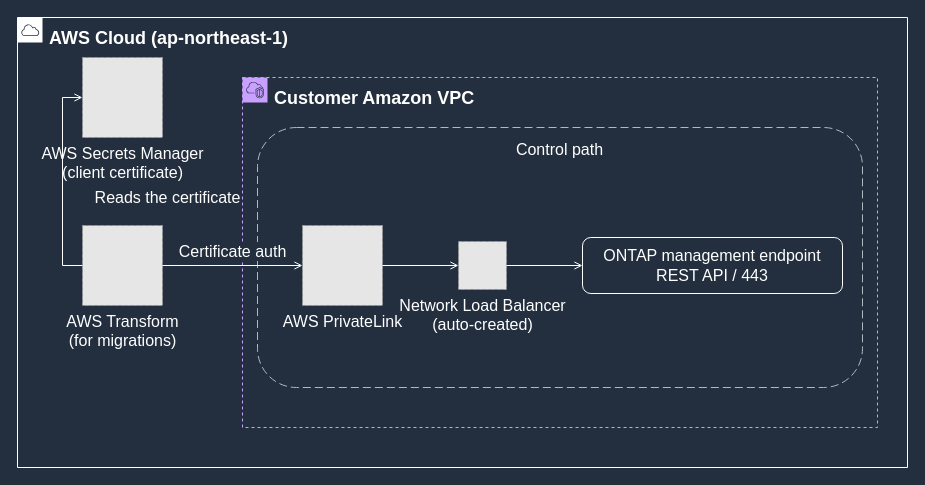
The draw.io diagram docs/_assets/diagrams/atx-fsxn-control-path-en-dark.drawio in Yoshiki0705/vmware-migration-ec2-ontap, before the edit. Source tidied: cells renumbered, new cells numbered last; positions are measured from the earlier drawing's top-left corner, leaving out a move shared by most shapes. Both pictures are drawn from the tidied source at 100%, with x=0, y=0 at pixel (17, 17). Pictures stored in the file or linked from it are replaced by grey dashed boxes.
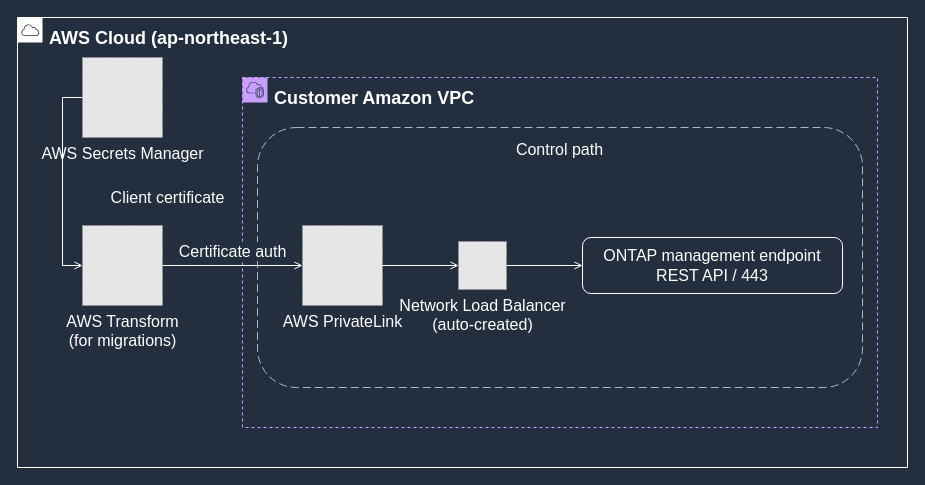
The same diagram, later.

The edit, as a diff of the source:
```diff
@@
 <mxGraphModel background="#232F3E">
   <root>
     <mxCell id="0" />
     <mxCell id="1" parent="0" />
     <mxCell id="2" value="AWS Cloud (ap-northeast-1)" style="gradientColor=none;html=1;whiteSpace=wrap;fontSize=18;fontStyle=1;fontColor=#FFFFFF;shape=mxgraph.aws4.group;grIcon=mxgraph.aws4.group_aws_cloud;strokeColor=#FFFFFF;fillColor=none;verticalAlign=top;align=left;spacingLeft=30;spacingTop=4;dashed=0;" parent="1" vertex="1">
       <mxGeometry width="890" height="450" as="geometry" />
     </mxCell>
     <mxCell id="3" value="Customer Amazon VPC" style="gradientColor=none;html=1;whiteSpace=wrap;fontSize=18;fontStyle=1;fontColor=#FFFFFF;shape=mxgraph.aws4.group;grIcon=mxgraph.aws4.group_vpc2;strokeColor=#C9A0FF;fillColor=none;verticalAlign=top;align=left;spacingLeft=30;spacingTop=4;dashed=1;" parent="1" vertex="1">
       <mxGeometry x="225" y="60" width="635" height="350" as="geometry" />
     </mxCell>
     <mxCell id="4" value="Control path" style="rounded=1;whiteSpace=wrap;html=1;dashed=1;dashPattern=8 4;strokeColor=#B0B8C1;fillColor=none;fontColor=#FFFFFF;fontSize=16;verticalAlign=top;align=center;spacingTop=6;" parent="1" vertex="1">
       <mxGeometry x="240" y="110" width="605" height="260" as="geometry" />
     </mxCell>
     <mxCell id="5" value="ONTAP management endpoint&#10;REST API / 443" style="rounded=1;whiteSpace=wrap;html=1;strokeColor=#FFFFFF;fillColor=none;fontColor=#FFFFFF;fontSize=16;verticalAlign=middle;align=center;" parent="1" vertex="1">
       <mxGeometry x="565" y="220" width="260" height="56" as="geometry" />
     </mxCell>
     <mxCell id="6" value="AWS Transform&#10;(for migrations)" style="fillColor=#E6E6E6;strokeColor=#999999;dashed=1;html=1;verticalLabelPosition=bottom;verticalAlign=top;labelPosition=center;align=center;fontSize=16;fontColor=#FFFFFF;" parent="1" vertex="1">
       <mxGeometry x="65" y="208" width="80" height="80" as="geometry" />
     </mxCell>
-    <mxCell id="7" value="AWS Secrets Manager&#10;(client certificate)" style="fillColor=#E6E6E6;strokeColor=#999999;dashed=1;html=1;verticalLabelPosition=bottom;verticalAlign=top;labelPosition=center;align=center;fontSize=16;fontColor=#FFFFFF;" parent="1" vertex="1">
+    <mxCell id="7" value="AWS Secrets Manager" style="fillColor=#E6E6E6;strokeColor=#999999;dashed=1;html=1;verticalLabelPosition=bottom;verticalAlign=top;labelPosition=center;align=center;fontSize=16;fontColor=#FFFFFF;" parent="1" vertex="1">
       <mxGeometry x="65" y="40" width="80" height="80" as="geometry" />
     </mxCell>
     <mxCell id="8" value="AWS PrivateLink" style="fillColor=#E6E6E6;strokeColor=#999999;dashed=1;html=1;verticalLabelPosition=bottom;verticalAlign=top;labelPosition=center;align=center;fontSize=16;fontColor=#FFFFFF;" parent="1" vertex="1">
       <mxGeometry x="285" y="208" width="80" height="80" as="geometry" />
     </mxCell>
     <mxCell id="9" value="Network Load Balancer&#10;(auto-created)" style="fillColor=#E6E6E6;strokeColor=#999999;dashed=1;html=1;verticalLabelPosition=bottom;verticalAlign=top;labelPosition=center;align=center;fontSize=16;fontColor=#FFFFFF;" parent="1" vertex="1">
       <mxGeometry x="441" y="224" width="48" height="48" as="geometry" />
     </mxCell>
     <mxCell id="10" value="Certificate auth" style="edgeStyle=orthogonalEdgeStyle;rounded=0;html=1;endArrow=open;endFill=0;strokeColor=#FFFFFF;strokeWidth=1;fontSize=16;fontColor=#FFFFFF;labelBackgroundColor=#232F3E;exitX=1;exitY=0.5;exitDx=0;exitDy=0;entryX=0;entryY=0.5;entryDx=0;entryDy=0;" parent="1" edge="1" source="6" target="8">
       <mxGeometry relative="1" as="geometry">
         <mxPoint y="-14" as="offset" />
       </mxGeometry>
     </mxCell>
     <mxCell id="11" style="edgeStyle=orthogonalEdgeStyle;rounded=0;html=1;endArrow=open;endFill=0;strokeColor=#FFFFFF;strokeWidth=1;fontSize=16;fontColor=#FFFFFF;labelBackgroundColor=#232F3E;exitX=1;exitY=0.5;exitDx=0;exitDy=0;entryX=0;entryY=0.5;entryDx=0;entryDy=0;" parent="1" edge="1" source="8" target="9">
       <mxGeometry relative="1" as="geometry" />
     </mxCell>
     <mxCell id="12" style="edgeStyle=orthogonalEdgeStyle;rounded=0;html=1;endArrow=open;endFill=0;strokeColor=#FFFFFF;strokeWidth=1;fontSize=16;fontColor=#FFFFFF;labelBackgroundColor=#232F3E;exitX=1;exitY=0.5;exitDx=0;exitDy=0;entryX=0;entryY=0.5;entryDx=0;entryDy=0;" parent="1" edge="1" source="9" target="5">
       <mxGeometry relative="1" as="geometry" />
     </mxCell>
-    <mxCell id="13" value="Reads the certificate" style="edgeStyle=orthogonalEdgeStyle;rounded=0;html=1;endArrow=open;endFill=0;strokeColor=#FFFFFF;strokeWidth=1;fontSize=16;fontColor=#FFFFFF;labelBackgroundColor=#232F3E;exitX=0;exitY=0.5;exitDx=0;exitDy=0;entryX=0;entryY=0.5;entryDx=0;entryDy=0;" parent="1" edge="1" source="6" target="7">
-      <mxGeometry x="-0.15" relative="1" as="geometry">
+    <mxCell id="13" value="Client certificate" style="edgeStyle=orthogonalEdgeStyle;rounded=0;html=1;endArrow=open;endFill=0;strokeColor=#FFFFFF;strokeWidth=1;fontSize=16;fontColor=#FFFFFF;labelBackgroundColor=#232F3E;exitX=0;exitY=0.5;exitDx=0;exitDy=0;entryX=0;entryY=0.5;entryDx=0;entryDy=0;" parent="1" edge="1" source="7" target="6">
+      <mxGeometry x="0.15" relative="1" as="geometry">
         <Array as="points">
+          <mxPoint x="45" y="80" />
           <mxPoint x="45" y="248" />
-          <mxPoint x="45" y="80" />
         </Array>
         <mxPoint x="105" as="offset" />
       </mxGeometry>
     </mxCell>
   </root>
 </mxGraphModel>
```
